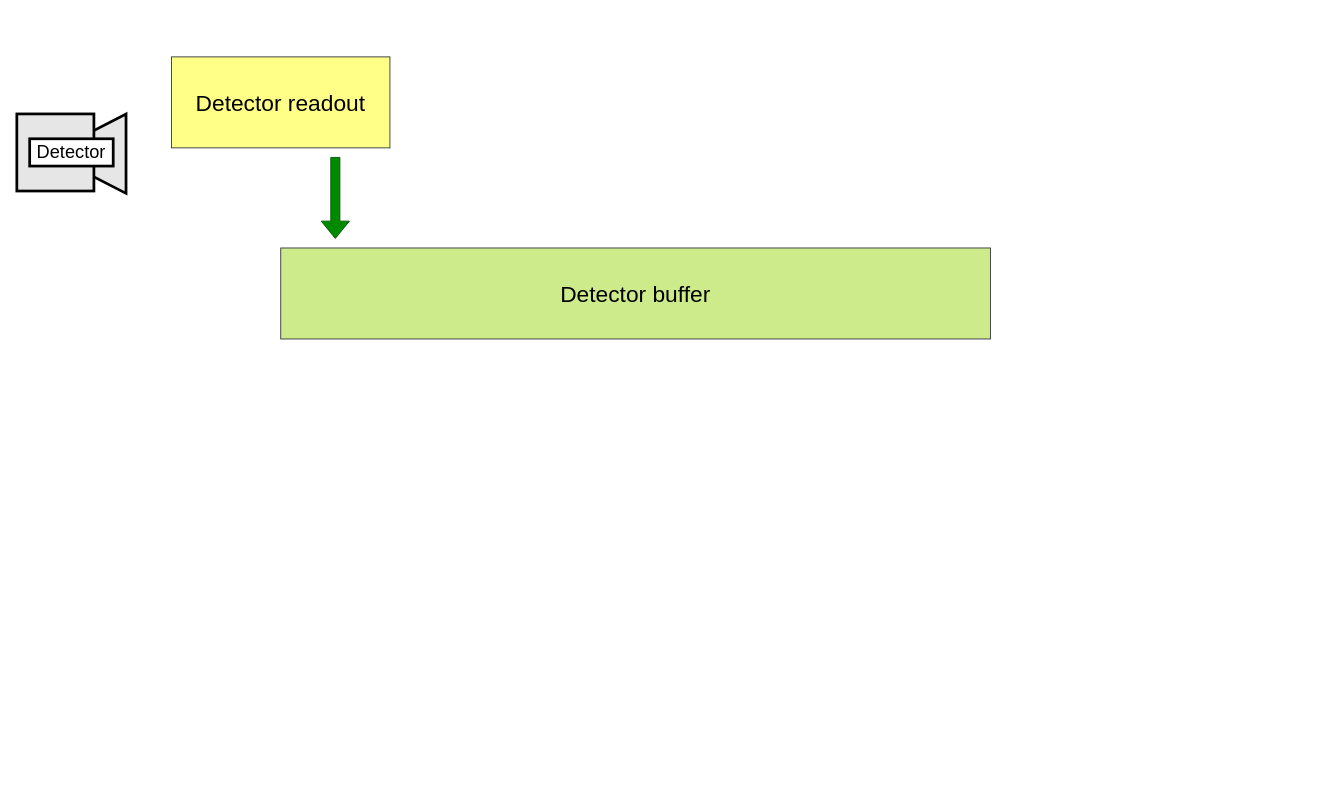
Before: page "daq_components_interaction" (1 of 3) of docs/diagrams.drawio in paulscherrerinstitute/std_daq_service, a draw.io diagram. Source tidied: cells renumbered, new cells numbered last; positions are measured from the earlier drawing's top-left corner, leaving out a move shared by most shapes. Both pictures are drawn from the tidied source at 91%, with x=0, y=0 at pixel (16, 56).
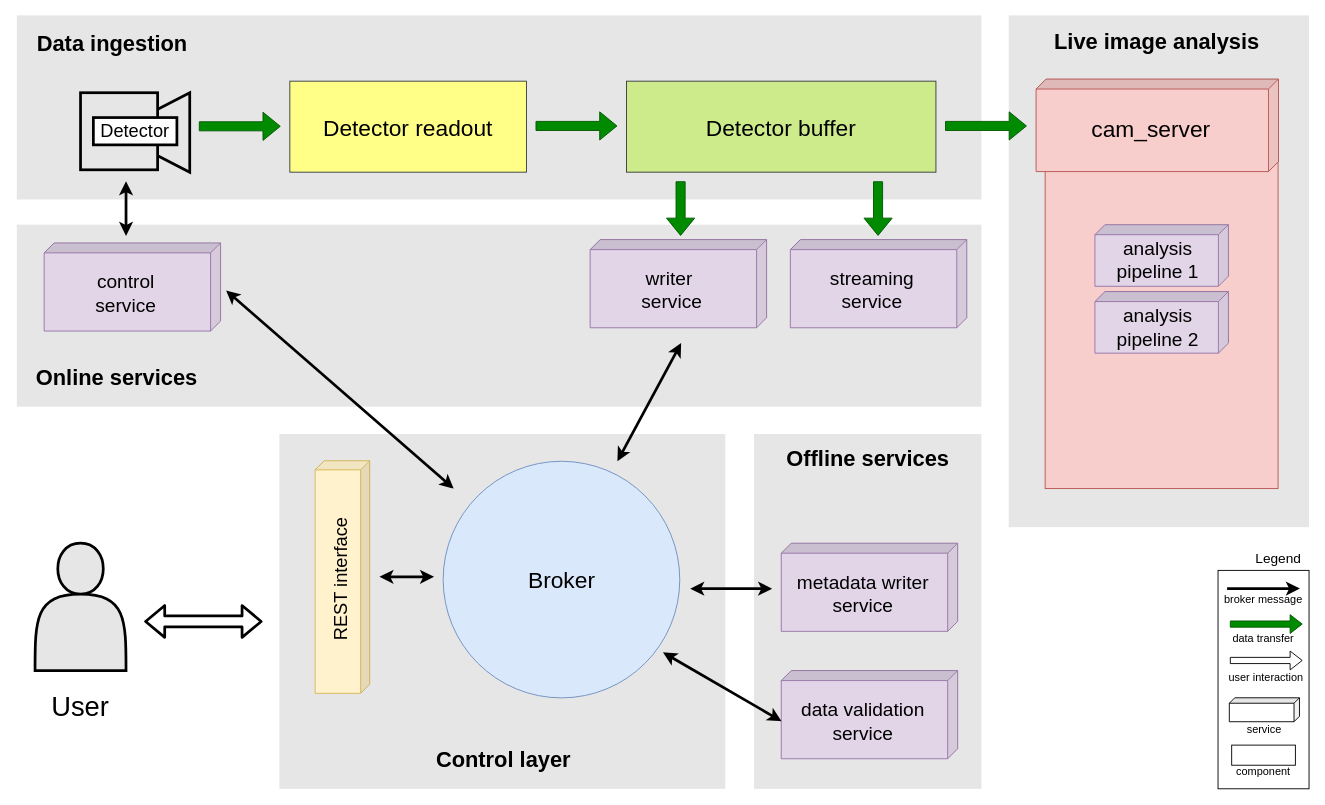
The same diagram, later.

Diff of the diagram source:
```diff
@@
+    <mxCell id="15" style="rounded=0;whiteSpace=wrap;html=1;fontSize=30;fontColor=#000000;fillColor=#E6E6E6;align=left;strokeColor=none;" parent="1" vertex="1">
+      <mxGeometry y="184.4" width="1060" height="200" as="geometry" />
+    </mxCell>
+    <mxCell id="16" style="rounded=0;whiteSpace=wrap;html=1;fontSize=30;fontColor=#000000;fillColor=#E6E6E6;align=left;strokeColor=none;" parent="1" vertex="1">
+      <mxGeometry x="288.5" y="414.4" width="490" height="390" as="geometry" />
+    </mxCell>
+    <mxCell id="17" style="rounded=0;whiteSpace=wrap;html=1;fontSize=30;fontColor=#000000;fillColor=#E6E6E6;align=left;strokeColor=none;" parent="1" vertex="1">
+      <mxGeometry x="810" y="414.4" width="250" height="390" as="geometry" />
+    </mxCell>
+    <mxCell id="18" style="rounded=0;whiteSpace=wrap;html=1;fontSize=30;fontColor=#000000;fillColor=#E6E6E6;align=left;strokeColor=none;" parent="1" vertex="1">
+      <mxGeometry x="1090" y="-45.6" width="330" height="562.4" as="geometry" />
+    </mxCell>
+    <mxCell id="19" style="rounded=0;whiteSpace=wrap;html=1;fontSize=30;fontColor=#000000;fillColor=#E6E6E6;align=left;strokeColor=none;" parent="1" vertex="1">
+      <mxGeometry y="-45.6" width="1060" height="202.3" as="geometry" />
+    </mxCell>
     <mxCell id="2" style="group;" parent="1" vertex="1">
-      <mxGeometry y="70" width="120" height="80" as="geometry" />
+      <mxGeometry x="70" y="46.7" width="120" height="80" as="geometry" />
     </mxCell>
@@
     <mxCell id="8" style="group;" parent="1" vertex="1">
-      <mxGeometry x="290" y="210" width="780" height="100" as="geometry" />
+      <mxGeometry x="670" y="26.7" width="340" height="100" as="geometry" />
     </mxCell>
     <mxCell id="9" style="rounded=0;whiteSpace=wrap;html=1;fillColor=#cdeb8b;strokeColor=#36393d;" parent="8" vertex="1">
-      <mxGeometry width="780" height="100" as="geometry" />
+      <mxGeometry width="340" height="100" as="geometry" />
     </mxCell>
     <mxCell id="10" value="Detector buffer" style="text;html=1;strokeColor=none;fillColor=none;align=center;verticalAlign=middle;whiteSpace=wrap;rounded=0;fontSize=25;" parent="8" vertex="1">
-      <mxGeometry width="780" height="100" as="geometry" />
+      <mxGeometry width="340" height="100" as="geometry" />
     </mxCell>
     <mxCell id="11" style="group;" parent="1" vertex="1">
-      <mxGeometry x="170" width="240" height="100" as="geometry" />
+      <mxGeometry x="300" y="26.7" width="260" height="100" as="geometry" />
     </mxCell>
     <mxCell id="12" style="rounded=0;whiteSpace=wrap;html=1;fillColor=#ffff88;strokeColor=#36393d;" parent="11" vertex="1">
-      <mxGeometry width="240" height="100" as="geometry" />
+      <mxGeometry width="260" height="100" as="geometry" />
     </mxCell>
     <mxCell id="13" value="Detector readout" style="text;html=1;strokeColor=none;fillColor=none;align=center;verticalAlign=middle;whiteSpace=wrap;rounded=0;fontSize=25;" parent="11" vertex="1">
-      <mxGeometry width="240" height="100" as="geometry" />
+      <mxGeometry width="260" height="100" as="geometry" />
     </mxCell>
-    <mxCell id="14" style="shape=flexArrow;endArrow=classic;html=1;fontSize=16;fillColor=#008a00;strokeColor=#005700;" parent="1" edge="1">
-      <mxGeometry relative="1" as="geometry">
-        <mxPoint x="350" y="110" as="sourcePoint" />
-        <mxPoint x="350" y="200" as="targetPoint" />
-      </mxGeometry>
-    </mxCell>
+    <mxCell id="20" style="shape=flexArrow;endArrow=classic;html=1;fontSize=16;fillColor=#008a00;strokeColor=#005700;" parent="1" edge="1">
+      <mxGeometry relative="1" as="geometry">
+        <mxPoint x="200" y="76.3" as="sourcePoint" />
+        <mxPoint x="290" y="76.3" as="targetPoint" />
+      </mxGeometry>
+    </mxCell>
+    <mxCell id="21" style="shape=flexArrow;endArrow=classic;html=1;fontSize=16;fillColor=#008a00;strokeColor=#005700;" parent="1" edge="1">
+      <mxGeometry relative="1" as="geometry">
+        <mxPoint x="1020" y="75.9" as="sourcePoint" />
+        <mxPoint x="1110" y="75.9" as="targetPoint" />
+      </mxGeometry>
+    </mxCell>
+    <mxCell id="22" value="Broker" style="ellipse;whiteSpace=wrap;html=1;fontSize=25;strokeColor=#6c8ebf;fillColor=#dae8fc;align=center;" parent="1" vertex="1">
+      <mxGeometry x="468.5" y="444.4" width="260" height="260" as="geometry" />
+    </mxCell>
+    <mxCell id="23" style="group;" parent="1" vertex="1">
+      <mxGeometry y="534.4" width="140" height="210" as="geometry" />
+    </mxCell>
+    <mxCell id="24" style="shape=actor;whiteSpace=wrap;html=1;strokeColor=#000000;strokeWidth=3;fillColor=#E6E6E6;fontSize=36;fontColor=#000000;align=left;" parent="23" vertex="1">
+      <mxGeometry x="20" width="100" height="140" as="geometry" />
+    </mxCell>
+    <mxCell id="25" value="User" style="text;html=1;strokeColor=none;fillColor=none;align=center;verticalAlign=middle;whiteSpace=wrap;rounded=0;fontSize=30;fontColor=#000000;" parent="23" vertex="1">
+      <mxGeometry y="150" width="140" height="60" as="geometry" />
+    </mxCell>
+    <mxCell id="26" style="shape=flexArrow;endArrow=classic;html=1;fontSize=16;fillColor=#008a00;strokeColor=#005700;" parent="1" edge="1">
+      <mxGeometry relative="1" as="geometry">
+        <mxPoint x="570" y="75.9" as="sourcePoint" />
+        <mxPoint x="660" y="75.9" as="targetPoint" />
+      </mxGeometry>
+    </mxCell>
+    <mxCell id="27" style="endArrow=classic;startArrow=classic;html=1;fontSize=30;fontColor=#000000;strokeColor=#000000;strokeWidth=3;" parent="1" edge="1">
+      <mxGeometry relative="1" as="geometry">
+        <mxPoint x="230" y="256.7" as="sourcePoint" />
+        <mxPoint x="480" y="474.4" as="targetPoint" />
+      </mxGeometry>
+    </mxCell>
+    <mxCell id="28" style="endArrow=classic;startArrow=classic;html=1;fontSize=30;fontColor=#000000;strokeColor=#000000;strokeWidth=3;" parent="1" edge="1">
+      <mxGeometry relative="1" as="geometry">
+        <mxPoint x="120" y="196.7" as="sourcePoint" />
+        <mxPoint x="120" y="136.7" as="targetPoint" />
+      </mxGeometry>
+    </mxCell>
+    <mxCell id="29" style="shape=flexArrow;endArrow=classic;startArrow=classic;html=1;fontSize=30;fontColor=#000000;strokeColor=#000000;strokeWidth=3;" parent="1" edge="1">
+      <mxGeometry relative="1" as="geometry">
+        <mxPoint x="140" y="620.4" as="sourcePoint" />
+        <mxPoint x="270" y="620.4" as="targetPoint" />
+      </mxGeometry>
+    </mxCell>
+    <mxCell id="30" style="endArrow=classic;startArrow=classic;html=1;fontSize=30;fontColor=#000000;strokeColor=#000000;strokeWidth=3;" parent="1" edge="1">
+      <mxGeometry relative="1" as="geometry">
+        <mxPoint x="660" y="444.4" as="sourcePoint" />
+        <mxPoint x="730" y="314.4" as="targetPoint" />
+      </mxGeometry>
+    </mxCell>
+    <mxCell id="31" style="group;" parent="1" vertex="1">
+      <mxGeometry x="30" y="204.4" width="193.9" height="97.1" as="geometry" />
+    </mxCell>
+    <mxCell id="32" style="shape=cube;whiteSpace=wrap;html=1;boundedLbl=1;backgroundOutline=1;darkOpacity=0.05;darkOpacity2=0.1;rotation=90;size=11;fillColor=#e1d5e7;strokeColor=#9673a6;" parent="31" vertex="1">
+      <mxGeometry x="48.5" y="-48.5" width="96.9" height="193.9" as="geometry" />
+    </mxCell>
+    <mxCell id="33" value="&lt;div style=&quot;font-size: 21px&quot;&gt;control&lt;br&gt;service&lt;/div&gt;" style="text;html=1;strokeColor=none;fillColor=none;align=center;verticalAlign=middle;whiteSpace=wrap;rounded=0;fontSize=21;" parent="31" vertex="1">
+      <mxGeometry x="0.3" y="14.2" width="180" height="82.8" as="geometry" />
+    </mxCell>
+    <mxCell id="34" style="group;" parent="1" vertex="1">
+      <mxGeometry x="850" y="200.8" width="193.9" height="97.1" as="geometry" />
+    </mxCell>
+    <mxCell id="35" style="shape=cube;whiteSpace=wrap;html=1;boundedLbl=1;backgroundOutline=1;darkOpacity=0.05;darkOpacity2=0.1;rotation=90;size=11;fillColor=#e1d5e7;strokeColor=#9673a6;" parent="34" vertex="1">
+      <mxGeometry x="48.5" y="-48.5" width="96.9" height="193.9" as="geometry" />
+    </mxCell>
+    <mxCell id="36" value="&lt;div style=&quot;font-size: 21px&quot;&gt;streaming&lt;/div&gt;&lt;div style=&quot;font-size: 21px&quot;&gt;service&lt;/div&gt;" style="text;html=1;strokeColor=none;fillColor=none;align=center;verticalAlign=middle;whiteSpace=wrap;rounded=0;fontSize=21;" parent="34" vertex="1">
+      <mxGeometry x="0.3" y="14.2" width="180" height="82.8" as="geometry" />
+    </mxCell>
+    <mxCell id="37" style="group;" parent="1" vertex="1">
+      <mxGeometry x="630" y="200.8" width="193.9" height="97.1" as="geometry" />
+    </mxCell>
+    <mxCell id="38" style="shape=cube;whiteSpace=wrap;html=1;boundedLbl=1;backgroundOutline=1;darkOpacity=0.05;darkOpacity2=0.1;rotation=90;size=11;fillColor=#e1d5e7;strokeColor=#9673a6;" parent="37" vertex="1">
+      <mxGeometry x="48.5" y="-48.5" width="96.9" height="193.9" as="geometry" />
+    </mxCell>
+    <mxCell id="39" value="&lt;div style=&quot;font-size: 21px&quot;&gt;writer&amp;nbsp;&lt;/div&gt;&lt;div style=&quot;font-size: 21px&quot;&gt;service&lt;/div&gt;" style="text;html=1;strokeColor=none;fillColor=none;align=center;verticalAlign=middle;whiteSpace=wrap;rounded=0;fontSize=21;" parent="37" vertex="1">
+      <mxGeometry x="0.3" y="14.2" width="180" height="82.8" as="geometry" />
+    </mxCell>
+    <mxCell id="40" style="shape=flexArrow;endArrow=classic;html=1;fontSize=16;fillColor=#008a00;strokeColor=#005700;" parent="1" edge="1">
+      <mxGeometry relative="1" as="geometry">
+        <mxPoint x="729.4" y="136.7" as="sourcePoint" />
+        <mxPoint x="729.4" y="196.7" as="targetPoint" />
+      </mxGeometry>
+    </mxCell>
+    <mxCell id="41" style="shape=flexArrow;endArrow=classic;html=1;fontSize=16;fillColor=#008a00;strokeColor=#005700;" parent="1" edge="1">
+      <mxGeometry relative="1" as="geometry">
+        <mxPoint x="946.4" y="136.7" as="sourcePoint" />
+        <mxPoint x="946.4" y="196.7" as="targetPoint" />
+      </mxGeometry>
+    </mxCell>
+    <mxCell id="42" style="group;" parent="1" vertex="1">
+      <mxGeometry x="840" y="534.4" width="193.9" height="97.1" as="geometry" />
+    </mxCell>
+    <mxCell id="43" style="shape=cube;whiteSpace=wrap;html=1;boundedLbl=1;backgroundOutline=1;darkOpacity=0.05;darkOpacity2=0.1;rotation=90;size=11;fillColor=#e1d5e7;strokeColor=#9673a6;" parent="42" vertex="1">
+      <mxGeometry x="48.5" y="-48.5" width="96.9" height="193.9" as="geometry" />
+    </mxCell>
+    <mxCell id="44" value="&lt;div style=&quot;font-size: 21px&quot;&gt;metadata writer&lt;br&gt;service&lt;/div&gt;" style="text;html=1;strokeColor=none;fillColor=none;align=center;verticalAlign=middle;whiteSpace=wrap;rounded=0;fontSize=21;" parent="42" vertex="1">
+      <mxGeometry x="0.3" y="14.2" width="180" height="82.8" as="geometry" />
+    </mxCell>
+    <mxCell id="45" style="group;" parent="1" vertex="1">
+      <mxGeometry x="840" y="674.4" width="193.9" height="97.1" as="geometry" />
+    </mxCell>
+    <mxCell id="46" style="shape=cube;whiteSpace=wrap;html=1;boundedLbl=1;backgroundOutline=1;darkOpacity=0.05;darkOpacity2=0.1;rotation=90;size=11;fillColor=#e1d5e7;strokeColor=#9673a6;" parent="45" vertex="1">
+      <mxGeometry x="48.5" y="-48.5" width="96.9" height="193.9" as="geometry" />
+    </mxCell>
+    <mxCell id="47" value="&lt;div style=&quot;font-size: 21px&quot;&gt;data validation service&lt;/div&gt;" style="text;html=1;strokeColor=none;fillColor=none;align=center;verticalAlign=middle;whiteSpace=wrap;rounded=0;fontSize=21;" parent="45" vertex="1">
+      <mxGeometry x="0.3" y="14.2" width="180" height="82.8" as="geometry" />
+    </mxCell>
+    <mxCell id="48" style="endArrow=classic;startArrow=classic;html=1;fontSize=30;fontColor=#000000;strokeColor=#000000;strokeWidth=3;" parent="1" edge="1">
+      <mxGeometry relative="1" as="geometry">
+        <mxPoint x="740" y="584.4" as="sourcePoint" />
+        <mxPoint x="830" y="584.4" as="targetPoint" />
+      </mxGeometry>
+    </mxCell>
+    <mxCell id="49" style="endArrow=classic;startArrow=classic;html=1;fontSize=30;fontColor=#000000;strokeColor=#000000;strokeWidth=3;entryX=0;entryY=0.5;entryDx=0;entryDy=0;" parent="1" edge="1" target="47">
+      <mxGeometry relative="1" as="geometry">
+        <mxPoint x="710" y="654.4" as="sourcePoint" />
+      </mxGeometry>
+    </mxCell>
+    <mxCell id="50" style="group;" parent="1" vertex="1">
+      <mxGeometry x="1120" y="24.4" width="266.4" height="450" as="geometry" />
+    </mxCell>
+    <mxCell id="51" style="rounded=0;whiteSpace=wrap;html=1;fontSize=30;strokeColor=#b85450;fillColor=#f8cecc;align=left;" parent="50" vertex="1">
+      <mxGeometry x="10" y="90" width="256" height="360" as="geometry" />
+    </mxCell>
+    <mxCell id="52" style="group;" parent="50" vertex="1">
+      <mxGeometry width="266.4" height="101.7" as="geometry" />
+    </mxCell>
+    <mxCell id="53" style="shape=cube;whiteSpace=wrap;html=1;boundedLbl=1;backgroundOutline=1;darkOpacity=0.05;darkOpacity2=0.1;rotation=90;size=11;fillColor=#f8cecc;strokeColor=#b85450;" parent="52" vertex="1">
+      <mxGeometry x="82.4" y="-82.4" width="101.7" height="266.4" as="geometry" />
+    </mxCell>
+    <mxCell id="54" value="cam_server" style="text;html=1;strokeColor=none;fillColor=none;align=center;verticalAlign=middle;whiteSpace=wrap;rounded=0;fontSize=25;" parent="52" vertex="1">
+      <mxGeometry y="9.8" width="253.2" height="90.2" as="geometry" />
+    </mxCell>
+    <mxCell id="55" style="group;" parent="50" vertex="1">
+      <mxGeometry x="64.7" y="160" width="146.7" height="141.2" as="geometry" />
+    </mxCell>
+    <mxCell id="56" style="group;spacing=2;" parent="55" vertex="1">
+      <mxGeometry width="146.7" height="67.7" as="geometry" />
+    </mxCell>
+    <mxCell id="57" style="shape=cube;whiteSpace=wrap;html=1;boundedLbl=1;backgroundOutline=1;darkOpacity=0.05;darkOpacity2=0.1;rotation=90;size=11;fillColor=#e1d5e7;strokeColor=#9673a6;" parent="56" vertex="1">
+      <mxGeometry x="39.5" y="-39.5" width="67.7" height="146.7" as="geometry" />
+    </mxCell>
+    <mxCell id="58" value="&lt;div style=&quot;font-size: 21px&quot;&gt;analysis&lt;br&gt;pipeline 1&lt;/div&gt;" style="text;html=1;strokeColor=none;fillColor=none;align=center;verticalAlign=middle;whiteSpace=wrap;rounded=0;fontSize=21;" parent="56" vertex="1">
+      <mxGeometry x="10" y="10" width="118.3" height="57.7" as="geometry" />
+    </mxCell>
+    <mxCell id="59" style="group;spacing=2;" parent="55" vertex="1">
+      <mxGeometry y="73.5" width="146.7" height="67.7" as="geometry" />
+    </mxCell>
+    <mxCell id="60" style="shape=cube;whiteSpace=wrap;html=1;boundedLbl=1;backgroundOutline=1;darkOpacity=0.05;darkOpacity2=0.1;rotation=90;size=11;fillColor=#e1d5e7;strokeColor=#9673a6;" parent="59" vertex="1">
+      <mxGeometry x="39.5" y="-39.5" width="67.7" height="146.7" as="geometry" />
+    </mxCell>
+    <mxCell id="61" value="&lt;div style=&quot;font-size: 21px&quot;&gt;analysis&lt;br&gt;pipeline 2&lt;/div&gt;" style="text;html=1;strokeColor=none;fillColor=none;align=center;verticalAlign=middle;whiteSpace=wrap;rounded=0;fontSize=21;" parent="59" vertex="1">
+      <mxGeometry x="10" y="10" width="118.3" height="57.7" as="geometry" />
+    </mxCell>
+    <mxCell id="62" style="group;" parent="1" vertex="1">
+      <mxGeometry x="327.8" y="443.8" width="60" height="255.6" as="geometry" />
+    </mxCell>
+    <mxCell id="63" style="shape=cube;whiteSpace=wrap;html=1;boundedLbl=1;backgroundOutline=1;darkOpacity=0.05;darkOpacity2=0.1;fontSize=21;size=10;rotation=90;direction=north;fillColor=#fff2cc;strokeColor=#d6b656;flipV=1;" parent="62" vertex="1">
+      <mxGeometry x="-97.8" y="97.8" width="255.6" height="60" as="geometry" />
+    </mxCell>
+    <mxCell id="64" value="&lt;font style=&quot;font-size: 20px;&quot;&gt;REST interface&lt;br style=&quot;font-size: 20px;&quot;&gt;&lt;/font&gt;" style="text;html=1;strokeColor=none;fillColor=none;align=center;verticalAlign=middle;whiteSpace=wrap;rounded=0;fontSize=20;rotation=-90;" parent="62" vertex="1">
+      <mxGeometry x="-85.3" y="106.4" width="225.9" height="48.4" as="geometry" />
+    </mxCell>
+    <mxCell id="65" style="endArrow=classic;startArrow=classic;html=1;fontSize=30;fontColor=#000000;strokeColor=#000000;strokeWidth=3;" parent="1" edge="1">
+      <mxGeometry relative="1" as="geometry">
+        <mxPoint x="398.5" y="571.3" as="sourcePoint" />
+        <mxPoint x="458.5" y="571.4" as="targetPoint" />
+      </mxGeometry>
+    </mxCell>
+    <mxCell id="66" style="group;" parent="1" vertex="1">
+      <mxGeometry x="1320" y="540.1" width="100" height="264.2" as="geometry" />
+    </mxCell>
+    <mxCell id="67" value="Legend" style="text;html=1;strokeColor=none;fillColor=none;align=center;verticalAlign=middle;whiteSpace=wrap;rounded=0;fontSize=15;fontColor=#000000;" parent="66" vertex="1">
+      <mxGeometry x="33.3" width="66.7" height="22.7" as="geometry" />
+    </mxCell>
+    <mxCell id="68" style="rounded=0;whiteSpace=wrap;html=1;fontSize=14;" parent="66" vertex="1">
+      <mxGeometry y="24.2" width="100" height="240" as="geometry" />
+    </mxCell>
+    <mxCell id="69" style="group;" parent="66" vertex="1">
+      <mxGeometry x="10.9" y="164.2" width="80" height="47.7" as="geometry" />
+    </mxCell>
+    <mxCell id="70" style="shape=cube;whiteSpace=wrap;html=1;boundedLbl=1;backgroundOutline=1;darkOpacity=0.05;darkOpacity2=0.1;rotation=90;size=6;direction=east;flipV=0;flipH=0;" parent="69" vertex="1">
+      <mxGeometry x="26.9" y="-25.4" width="26.3" height="77.1" as="geometry" />
+    </mxCell>
+    <mxCell id="71" value="service" style="text;html=1;strokeColor=none;fillColor=none;align=center;verticalAlign=middle;whiteSpace=wrap;rounded=0;" parent="69" vertex="1">
+      <mxGeometry y="24.7" width="80" height="20" as="geometry" />
+    </mxCell>
+    <mxCell id="72" style="group;" parent="66" vertex="1">
+      <mxGeometry x="10" y="216.2" width="80" height="42.1" as="geometry" />
+    </mxCell>
+    <mxCell id="73" style="rounded=0;whiteSpace=wrap;html=1;fontSize=9;" parent="72" vertex="1">
+      <mxGeometry x="5" width="70" height="22.1" as="geometry" />
+    </mxCell>
+    <mxCell id="74" value="component" style="text;html=1;strokeColor=none;fillColor=none;align=center;verticalAlign=middle;whiteSpace=wrap;rounded=0;" parent="72" vertex="1">
+      <mxGeometry y="20.1" width="80" height="20" as="geometry" />
+    </mxCell>
+    <mxCell id="75" style="group;" parent="66" vertex="1">
+      <mxGeometry x="10" y="124.2" width="90" height="29.5" as="geometry" />
+    </mxCell>
+    <mxCell id="76" style="shape=flexArrow;endArrow=none;html=1;fontSize=15;fontColor=#000000;strokeColor=#000000;endFill=0;startArrow=block;width=6.8;startSize=4.096;startWidth=12.88;" parent="75" edge="1">
+      <mxGeometry relative="1" as="geometry">
+        <mxPoint x="83" y="-1" as="sourcePoint" />
+        <mxPoint x="3" y="-1" as="targetPoint" />
+      </mxGeometry>
+    </mxCell>
+    <mxCell id="77" value="user interaction" style="text;html=1;strokeColor=none;fillColor=none;align=left;verticalAlign=middle;whiteSpace=wrap;rounded=0;fontColor=#000000;fontSize=12;" parent="75" vertex="1">
+      <mxGeometry y="7.5" width="90" height="20" as="geometry" />
+    </mxCell>
+    <mxCell id="78" style="group;" parent="66" vertex="1">
+      <mxGeometry x="5" y="44.2" width="90" height="22.5" as="geometry" />
+    </mxCell>
+    <mxCell id="79" style="endArrow=classic;html=1;anchorPointDirection=0;strokeWidth=3;" parent="78" edge="1">
+      <mxGeometry x="-175" y="-100" as="geometry">
+        <mxPoint x="5" as="sourcePoint" />
+        <mxPoint x="85" as="targetPoint" />
+      </mxGeometry>
+    </mxCell>
+    <mxCell id="80" value="broker message" style="text;html=1;strokeColor=none;fillColor=none;align=left;verticalAlign=middle;whiteSpace=wrap;rounded=0;fontColor=#000000;fontSize=12;" parent="78" vertex="1">
+      <mxGeometry y="2.5" width="90" height="20" as="geometry" />
+    </mxCell>
+    <mxCell id="81" style="group;" parent="66" vertex="1">
+      <mxGeometry x="10" y="84.2" width="90" height="29.5" as="geometry" />
+    </mxCell>
+    <mxCell id="82" style="shape=flexArrow;endArrow=none;html=1;fontSize=15;fontColor=#000000;strokeColor=#005700;endFill=0;startArrow=block;width=6.8;startSize=4.096;startWidth=12.88;fillColor=#008a00;" parent="81" edge="1">
+      <mxGeometry relative="1" as="geometry">
+        <mxPoint x="83" y="-1" as="sourcePoint" />
+        <mxPoint x="3" y="-1" as="targetPoint" />
+      </mxGeometry>
+    </mxCell>
+    <mxCell id="83" value="data transfer" style="text;html=1;strokeColor=none;fillColor=none;align=center;verticalAlign=middle;whiteSpace=wrap;rounded=0;fontColor=#000000;fontSize=12;" parent="81" vertex="1">
+      <mxGeometry y="4.5" width="80" height="20" as="geometry" />
+    </mxCell>
+    <mxCell id="84" value="Data ingestion" style="text;html=1;strokeColor=none;fillColor=none;align=center;verticalAlign=middle;whiteSpace=wrap;rounded=0;fontSize=24;fontColor=#000000;rotation=0;fontStyle=1;" parent="1" vertex="1">
+      <mxGeometry y="-45.6" width="210" height="62.6" as="geometry" />
+    </mxCell>
+    <mxCell id="85" value="Live image analysis" style="text;html=1;strokeColor=none;fillColor=none;align=center;verticalAlign=middle;whiteSpace=wrap;rounded=0;fontSize=24;fontColor=#000000;rotation=0;fontStyle=1;" parent="1" vertex="1">
+      <mxGeometry x="1088.2" y="-45.6" width="330" height="60" as="geometry" />
+    </mxCell>
+    <mxCell id="86" value="Online services" style="text;html=1;strokeColor=none;fillColor=none;align=center;verticalAlign=middle;whiteSpace=wrap;rounded=0;fontSize=24;fontColor=#000000;rotation=0;fontStyle=1;" parent="1" vertex="1">
+      <mxGeometry y="321.7" width="220" height="62.6" as="geometry" />
+    </mxCell>
+    <mxCell id="87" value="Offline services" style="text;html=1;strokeColor=none;fillColor=none;align=center;verticalAlign=middle;whiteSpace=wrap;rounded=0;fontSize=24;fontColor=#000000;rotation=0;fontStyle=1;" parent="1" vertex="1">
+      <mxGeometry x="810.6" y="419.4" width="249.3" height="45" as="geometry" />
+    </mxCell>
+    <mxCell id="88" value="Control layer" style="text;html=1;strokeColor=none;fillColor=none;align=center;verticalAlign=middle;whiteSpace=wrap;rounded=0;fontSize=24;fontColor=#000000;rotation=0;fontStyle=1;" parent="1" vertex="1">
+      <mxGeometry x="290" y="741.7" width="490" height="62.6" as="geometry" />
+    </mxCell>
```
